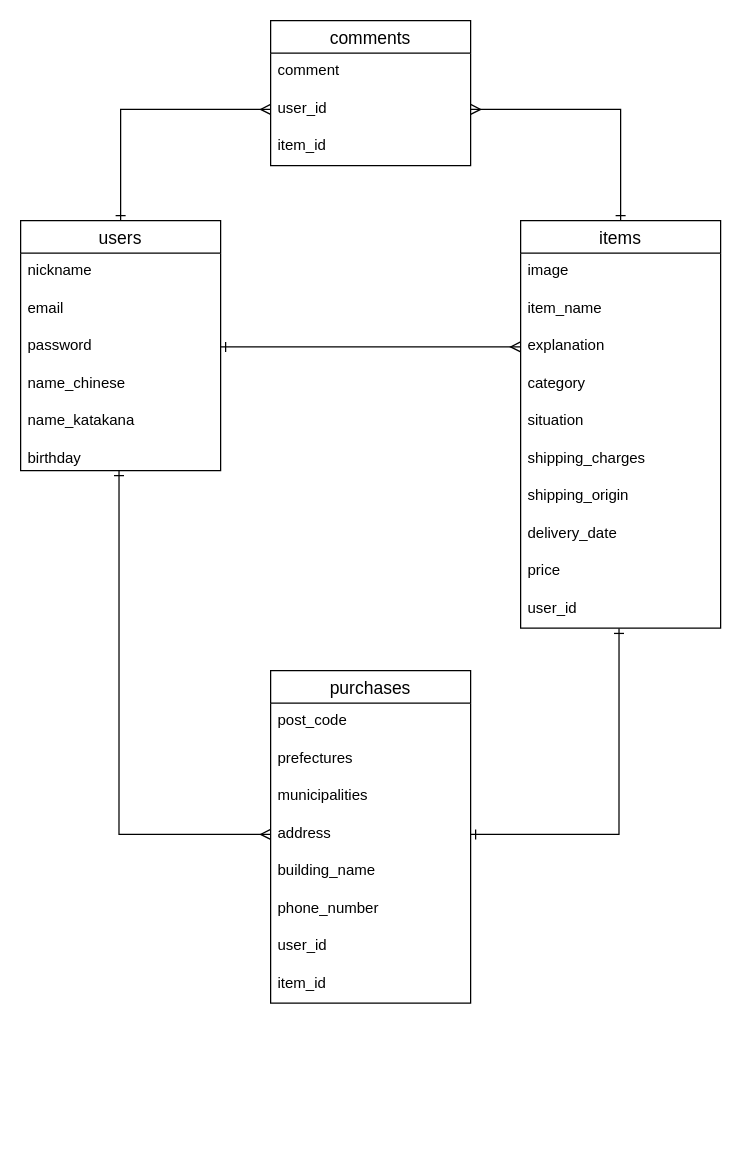
Before: furima_er.dio in yuyu0309/furima-38345, a draw.io diagram. Source tidied: cells renumbered, new cells numbered last; positions are measured from the earlier drawing's top-left corner, leaving out a move shared by most shapes. Both pictures are drawn from the tidied source at 125%, with x=0, y=0 at pixel (20, 20).
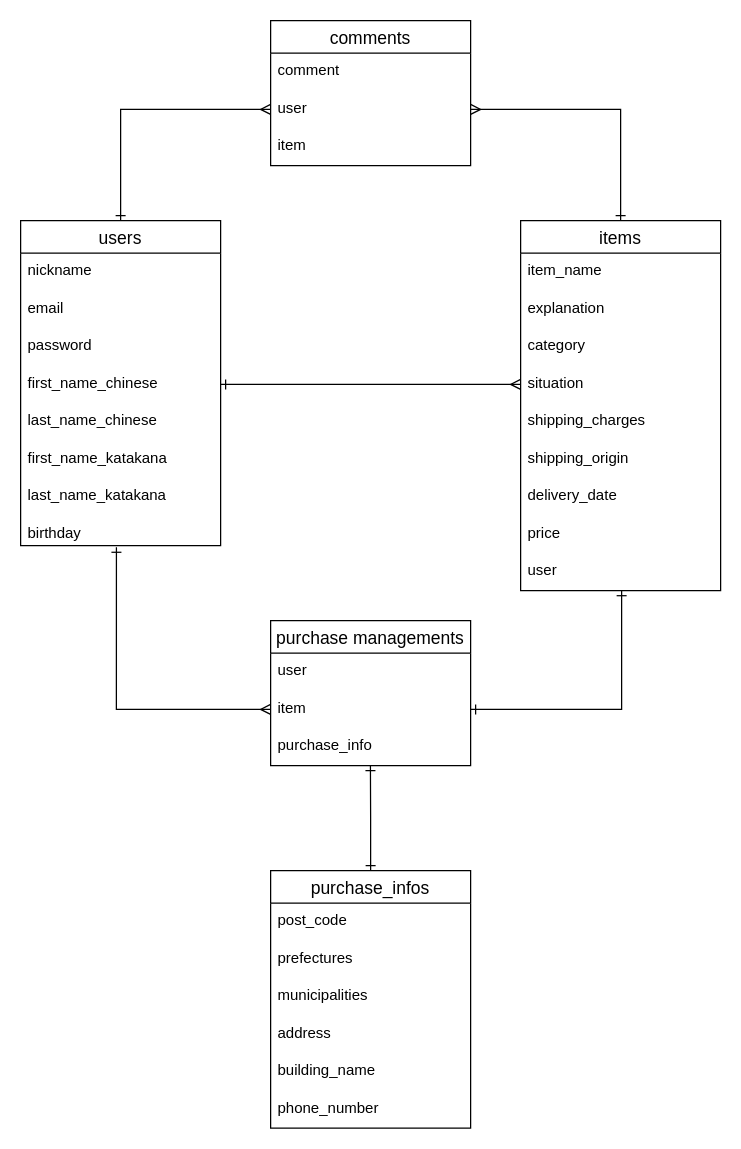
The same page after the edit.

Commit message (it also covers changes not shown here):
データベース設計の修正

Unchanged cells that the change refers to:
```xml
<mxCell id="6" value="password" style="text;strokeColor=none;fillColor=none;spacingLeft=4;spacingRight=4;overflow=hidden;points=[[0,0.5],[1,0.5]];portConstraint=eastwest;fontSize=12;" parent="3" vertex="1">
  <mxGeometry y="86" width="160" height="30" as="geometry" />
</mxCell>
<mxCell id="25" value="address" style="text;strokeColor=none;fillColor=none;spacingLeft=4;spacingRight=4;overflow=hidden;points=[[0,0.5],[1,0.5]];portConstraint=eastwest;fontSize=12;" parent="21" vertex="1">
  <mxGeometry y="116" width="160" height="30" as="geometry" />
</mxCell>
<mxCell id="30" value="comments" style="swimlane;fontStyle=0;horizontal=1;startSize=26;align=center;fontSize=14;" parent="1" vertex="1">
  <mxGeometry x="200" width="160" height="116" as="geometry" />
</mxCell>
```

What changed in the source:
```diff
@@
     <mxCell id="3" value="users" style="swimlane;fontStyle=0;horizontal=1;startSize=26;align=center;fontSize=14;" parent="1" vertex="1">
-      <mxGeometry y="160" width="160" height="200" as="geometry" />
+      <mxGeometry y="160" width="160" height="260" as="geometry" />
     </mxCell>
@@
-    <mxCell id="7" value="name_chinese" style="text;strokeColor=none;fillColor=none;spacingLeft=4;spacingRight=4;overflow=hidden;points=[[0,0.5],[1,0.5]];portConstraint=eastwest;fontSize=12;" parent="3" vertex="1">
+    <mxCell id="7" value="first_name_chinese" style="text;strokeColor=none;fillColor=none;spacingLeft=4;spacingRight=4;overflow=hidden;points=[[0,0.5],[1,0.5]];portConstraint=eastwest;fontSize=12;" parent="3" vertex="1">
       <mxGeometry y="116" width="160" height="30" as="geometry" />
     </mxCell>
+    <mxCell id="38" value="last_name_chinese" style="text;strokeColor=none;fillColor=none;spacingLeft=4;spacingRight=4;overflow=hidden;fontSize=12;" parent="3" vertex="1">
+      <mxGeometry y="146" width="160" height="30" as="geometry" />
+    </mxCell>
-    <mxCell id="8" value="name_katakana" style="text;strokeColor=none;fillColor=none;spacingLeft=4;spacingRight=4;overflow=hidden;fontSize=12;" parent="3" vertex="1">
-      <mxGeometry y="146" width="160" height="30" as="geometry" />
+    <mxCell id="8" value="first_name_katakana" style="text;strokeColor=none;fillColor=none;spacingLeft=4;spacingRight=4;overflow=hidden;fontSize=12;" parent="3" vertex="1">
+      <mxGeometry y="176" width="160" height="30" as="geometry" />
     </mxCell>
+    <mxCell id="39" value="last_name_katakana" style="text;strokeColor=none;fillColor=none;spacingLeft=4;spacingRight=4;overflow=hidden;fontSize=12;" parent="3" vertex="1">
+      <mxGeometry y="206" width="160" height="30" as="geometry" />
+    </mxCell>
     <mxCell id="9" value="birthday" style="text;strokeColor=none;fillColor=none;spacingLeft=4;spacingRight=4;overflow=hidden;points=[[0,0.5],[1,0.5]];portConstraint=eastwest;fontSize=12;" parent="3" vertex="1">
-      <mxGeometry y="176" width="160" height="24" as="geometry" />
+      <mxGeometry y="236" width="160" height="24" as="geometry" />
     </mxCell>
     <mxCell id="10" value="items" style="swimlane;fontStyle=0;horizontal=1;startSize=26;align=center;fontSize=14;" parent="1" vertex="1">
-      <mxGeometry x="400" y="160" width="160" height="326" as="geometry" />
+      <mxGeometry x="400" y="160" width="160" height="296" as="geometry" />
     </mxCell>
-    <mxCell id="11" value="image" style="text;strokeColor=none;fillColor=none;spacingLeft=4;spacingRight=4;overflow=hidden;fontSize=12;" parent="10" vertex="1">
-      <mxGeometry y="26" width="160" height="30" as="geometry" />
-    </mxCell>
     <mxCell id="12" value="item_name" style="text;strokeColor=none;fillColor=none;spacingLeft=4;spacingRight=4;overflow=hidden;fontSize=12;" parent="10" vertex="1">
-      <mxGeometry y="56" width="160" height="30" as="geometry" />
+      <mxGeometry y="26" width="160" height="30" as="geometry" />
     </mxCell>
     <mxCell id="13" value="explanation" style="text;strokeColor=none;fillColor=none;spacingLeft=4;spacingRight=4;overflow=hidden;points=[[0,0.5],[1,0.5]];portConstraint=eastwest;fontSize=12;" parent="10" vertex="1">
-      <mxGeometry y="86" width="160" height="30" as="geometry" />
+      <mxGeometry y="56" width="160" height="30" as="geometry" />
     </mxCell>
     <mxCell id="14" value="category" style="text;strokeColor=none;fillColor=none;spacingLeft=4;spacingRight=4;overflow=hidden;fontSize=12;" parent="10" vertex="1">
-      <mxGeometry y="116" width="160" height="30" as="geometry" />
+      <mxGeometry y="86" width="160" height="30" as="geometry" />
     </mxCell>
     <mxCell id="15" value="situation" style="text;strokeColor=none;fillColor=none;spacingLeft=4;spacingRight=4;overflow=hidden;points=[[0,0.5],[1,0.5]];portConstraint=eastwest;fontSize=12;" parent="10" vertex="1">
-      <mxGeometry y="146" width="160" height="30" as="geometry" />
+      <mxGeometry y="116" width="160" height="30" as="geometry" />
     </mxCell>
     <mxCell id="16" value="shipping_charges" style="text;strokeColor=none;fillColor=none;spacingLeft=4;spacingRight=4;overflow=hidden;fontSize=12;" parent="10" vertex="1">
-      <mxGeometry y="176" width="160" height="30" as="geometry" />
+      <mxGeometry y="146" width="160" height="30" as="geometry" />
     </mxCell>
     <mxCell id="17" value="shipping_origin" style="text;strokeColor=none;fillColor=none;spacingLeft=4;spacingRight=4;overflow=hidden;fontSize=12;" parent="10" vertex="1">
-      <mxGeometry y="206" width="160" height="30" as="geometry" />
+      <mxGeometry y="176" width="160" height="30" as="geometry" />
     </mxCell>
     <mxCell id="18" value="delivery_date" style="text;strokeColor=none;fillColor=none;spacingLeft=4;spacingRight=4;overflow=hidden;fontSize=12;" parent="10" vertex="1">
-      <mxGeometry y="236" width="160" height="30" as="geometry" />
+      <mxGeometry y="206" width="160" height="30" as="geometry" />
     </mxCell>
     <mxCell id="19" value="price" style="text;strokeColor=none;fillColor=none;spacingLeft=4;spacingRight=4;overflow=hidden;fontSize=12;" parent="10" vertex="1">
-      <mxGeometry y="266" width="160" height="30" as="geometry" />
+      <mxGeometry y="236" width="160" height="30" as="geometry" />
     </mxCell>
-    <mxCell id="20" value="user_id" style="text;strokeColor=none;fillColor=none;spacingLeft=4;spacingRight=4;overflow=hidden;points=[[0,0.5],[1,0.5]];portConstraint=eastwest;fontSize=12;" parent="10" vertex="1">
-      <mxGeometry y="296" width="160" height="30" as="geometry" />
+    <mxCell id="20" value="user" style="text;strokeColor=none;fillColor=none;spacingLeft=4;spacingRight=4;overflow=hidden;points=[[0,0.5],[1,0.5]];portConstraint=eastwest;fontSize=12;" parent="10" vertex="1">
+      <mxGeometry y="266" width="160" height="30" as="geometry" />
     </mxCell>
+    <mxCell id="40" style="edgeStyle=orthogonalEdgeStyle;rounded=0;sketch=0;html=1;exitX=0.5;exitY=0;exitDx=0;exitDy=0;entryX=0.499;entryY=1.002;entryDx=0;entryDy=0;entryPerimeter=0;startArrow=ERone;startFill=0;endArrow=ERone;endFill=0;" parent="1" edge="1" source="21" target="44">
+      <mxGeometry relative="1" as="geometry" />
+    </mxCell>
-    <mxCell id="21" value="purchases" style="swimlane;fontStyle=0;horizontal=1;startSize=26;align=center;fontSize=14;" parent="1" vertex="1">
-      <mxGeometry x="200" y="520" width="160" height="266" as="geometry" />
+    <mxCell id="21" value="purchase_infos" style="swimlane;fontStyle=0;horizontal=1;startSize=26;align=center;fontSize=14;" parent="1" vertex="1">
+      <mxGeometry x="200" y="680" width="160" height="206" as="geometry" />
     </mxCell>
@@
-    <mxCell id="28" value="user_id" style="text;strokeColor=none;fillColor=none;spacingLeft=4;spacingRight=4;overflow=hidden;fontSize=12;" parent="21" vertex="1">
-      <mxGeometry y="206" width="160" height="30" as="geometry" />
-    </mxCell>
-    <mxCell id="29" value="item_id" style="text;strokeColor=none;fillColor=none;spacingLeft=4;spacingRight=4;overflow=hidden;fontSize=12;" parent="21" vertex="1">
-      <mxGeometry y="236" width="160" height="30" as="geometry" />
-    </mxCell>
@@
-    <mxCell id="32" value="user_id" style="text;strokeColor=none;fillColor=none;spacingLeft=4;spacingRight=4;overflow=hidden;points=[[0,0.5],[1,0.5]];portConstraint=eastwest;fontSize=12;" parent="30" vertex="1">
+    <mxCell id="32" value="user" style="text;strokeColor=none;fillColor=none;spacingLeft=4;spacingRight=4;overflow=hidden;points=[[0,0.5],[1,0.5]];portConstraint=eastwest;fontSize=12;" parent="30" vertex="1">
       <mxGeometry y="56" width="160" height="30" as="geometry" />
     </mxCell>
-    <mxCell id="33" value="item_id" style="text;strokeColor=none;fillColor=none;spacingLeft=4;spacingRight=4;overflow=hidden;fontSize=12;" parent="30" vertex="1">
+    <mxCell id="33" value="item" style="text;strokeColor=none;fillColor=none;spacingLeft=4;spacingRight=4;overflow=hidden;fontSize=12;" parent="30" vertex="1">
       <mxGeometry y="86" width="160" height="30" as="geometry" />
     </mxCell>
@@
-    <mxCell id="35" style="edgeStyle=orthogonalEdgeStyle;rounded=0;sketch=0;html=1;exitX=1;exitY=0.5;exitDx=0;exitDy=0;entryX=0;entryY=0.5;entryDx=0;entryDy=0;startArrow=ERone;startFill=0;endArrow=ERmany;endFill=0;" parent="1" edge="1" source="6" target="13">
+    <mxCell id="35" style="edgeStyle=orthogonalEdgeStyle;rounded=0;sketch=0;html=1;exitX=1;exitY=0.5;exitDx=0;exitDy=0;entryX=0;entryY=0.5;entryDx=0;entryDy=0;startArrow=ERone;startFill=0;endArrow=ERmany;endFill=0;" parent="1" edge="1" source="7" target="15">
       <mxGeometry relative="1" as="geometry" />
     </mxCell>
-    <mxCell id="36" style="edgeStyle=orthogonalEdgeStyle;rounded=0;sketch=0;html=1;exitX=0;exitY=0.5;exitDx=0;exitDy=0;entryX=0.492;entryY=1;entryDx=0;entryDy=0;entryPerimeter=0;startArrow=ERmany;startFill=0;endArrow=ERone;endFill=0;" parent="1" edge="1" source="25" target="9">
-      <mxGeometry relative="1" as="geometry" />
-    </mxCell>
-    <mxCell id="37" style="edgeStyle=orthogonalEdgeStyle;rounded=0;sketch=0;html=1;exitX=1;exitY=0.5;exitDx=0;exitDy=0;entryX=0.492;entryY=1.008;entryDx=0;entryDy=0;entryPerimeter=0;startArrow=ERone;startFill=0;endArrow=ERone;endFill=0;" parent="1" edge="1" source="25" target="20">
-      <mxGeometry relative="1" as="geometry" />
-    </mxCell>
+    <mxCell id="41" value="purchase managements" style="swimlane;fontStyle=0;horizontal=1;startSize=26;align=center;fontSize=14;" parent="1" vertex="1">
+      <mxGeometry x="200" y="480" width="160" height="116" as="geometry" />
+    </mxCell>
+    <mxCell id="42" value="user" style="text;strokeColor=none;fillColor=none;spacingLeft=4;spacingRight=4;overflow=hidden;fontSize=12;" parent="41" vertex="1">
+      <mxGeometry y="26" width="160" height="30" as="geometry" />
+    </mxCell>
+    <mxCell id="43" value="item" style="text;strokeColor=none;fillColor=none;spacingLeft=4;spacingRight=4;overflow=hidden;points=[[0,0.5],[1,0.5]];portConstraint=eastwest;fontSize=12;" parent="41" vertex="1">
+      <mxGeometry y="56" width="160" height="30" as="geometry" />
+    </mxCell>
+    <mxCell id="44" value="purchase_info&#10;" style="text;strokeColor=none;fillColor=none;spacingLeft=4;spacingRight=4;overflow=hidden;points=[[0,0.5],[1,0.5]];portConstraint=eastwest;fontSize=12;" parent="41" vertex="1">
+      <mxGeometry y="86" width="160" height="30" as="geometry" />
+    </mxCell>
+    <mxCell id="45" style="edgeStyle=orthogonalEdgeStyle;rounded=0;sketch=0;html=1;exitX=0;exitY=0.5;exitDx=0;exitDy=0;entryX=0.479;entryY=1.055;entryDx=0;entryDy=0;entryPerimeter=0;startArrow=ERmany;startFill=0;endArrow=ERone;endFill=0;" parent="1" edge="1" source="43" target="9">
+      <mxGeometry relative="1" as="geometry">
+        <Array as="points">
+          <mxPoint x="77" y="551" />
+        </Array>
+      </mxGeometry>
+    </mxCell>
+    <mxCell id="46" style="edgeStyle=orthogonalEdgeStyle;rounded=0;sketch=0;html=1;exitX=1;exitY=0.5;exitDx=0;exitDy=0;entryX=0.505;entryY=1.002;entryDx=0;entryDy=0;entryPerimeter=0;startArrow=ERone;startFill=0;endArrow=ERone;endFill=0;" parent="1" edge="1" source="43" target="20">
+      <mxGeometry relative="1" as="geometry" />
+    </mxCell>
```
